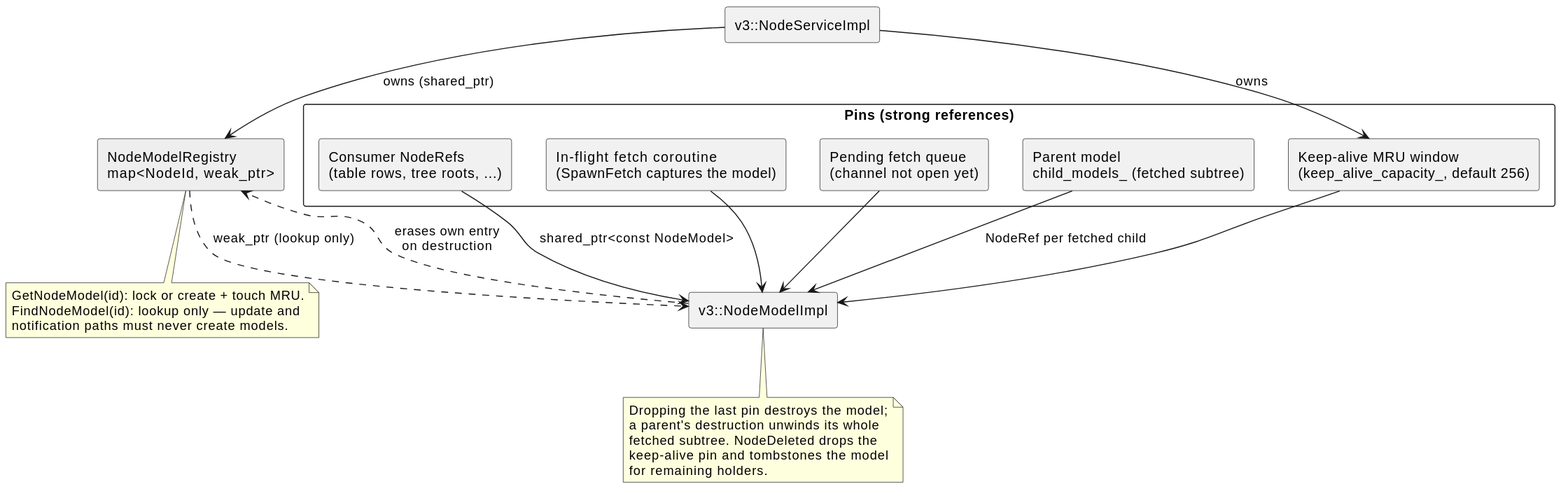
The PlantUML diagram docs/diagrams/node_service_residency.svg in alexsmn/scada-common, before a commit. Source of this version:
```plantuml
@startuml
skinparam backgroundColor #FFFFFF
skinparam shadowing false

rectangle "Pins (strong references)" as pins {
  rectangle "Consumer NodeRefs\n(table rows, tree roots, ...)" as consumers
  rectangle "In-flight fetch coroutine\n(SpawnFetch captures the model)" as fetch
  rectangle "Pending fetch queue\n(channel not open yet)" as pending
  rectangle "Parent model\nchild_models_ (fetched subtree)" as parent
  rectangle "Keep-alive MRU window\n(keep_alive_capacity_, default 256)" as lru
}

rectangle "v3::NodeServiceImpl" as service
rectangle "NodeModelRegistry\nmap<NodeId, weak_ptr>" as registry #EEEEEE
rectangle "v3::NodeModelImpl" as model

consumers --> model : shared_ptr<const NodeModel>
fetch --> model
pending --> model
parent --> model : NodeRef per fetched child
lru --> model
service --> registry : owns (shared_ptr)
service --> lru : owns
model ..> registry : erases own entry\non destruction
registry ..> model : weak_ptr (lookup only)

note bottom of registry
  GetNodeModel(id): lock or create + touch MRU.
  FindNodeModel(id): lookup only — update and
  notification paths must never create models.
end note

note bottom of model
  Dropping the last pin destroys the model;
  a parent's destruction unwinds its whole
  fetched subtree. NodeDeleted drops the
  keep-alive pin and tombstones the model
  for remaining holders.
end note
@enduml
```
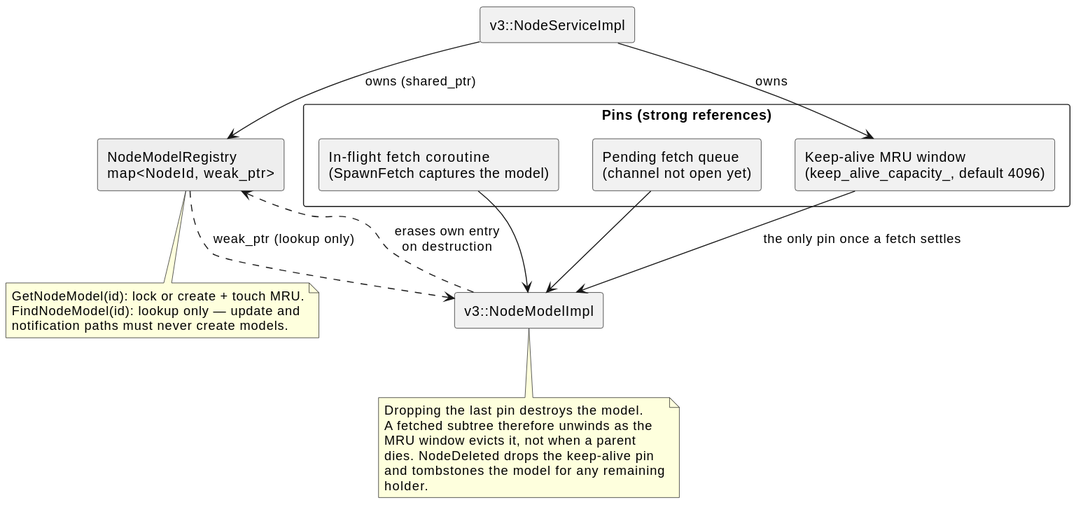
Later version of the same file.

Diff of the diagram source:
```diff
@@ -3,22 +3,18 @@
 skinparam shadowing false
 
 rectangle "Pins (strong references)" as pins {
-  rectangle "Consumer NodeRefs\n(table rows, tree roots, ...)" as consumers
   rectangle "In-flight fetch coroutine\n(SpawnFetch captures the model)" as fetch
   rectangle "Pending fetch queue\n(channel not open yet)" as pending
-  rectangle "Parent model\nchild_models_ (fetched subtree)" as parent
-  rectangle "Keep-alive MRU window\n(keep_alive_capacity_, default 256)" as lru
+  rectangle "Keep-alive MRU window\n(keep_alive_capacity_, default 4096)" as lru
 }
 
 rectangle "v3::NodeServiceImpl" as service
 rectangle "NodeModelRegistry\nmap<NodeId, weak_ptr>" as registry #EEEEEE
 rectangle "v3::NodeModelImpl" as model
 
-consumers --> model : shared_ptr<const NodeModel>
 fetch --> model
 pending --> model
-parent --> model : NodeRef per fetched child
-lru --> model
+lru --> model : the only pin once a fetch settles
 service --> registry : owns (shared_ptr)
 service --> lru : owns
 model ..> registry : erases own entry\non destruction
@@ -31,10 +27,11 @@
 end note
 
 note bottom of model
-  Dropping the last pin destroys the model;
-  a parent's destruction unwinds its whole
-  fetched subtree. NodeDeleted drops the
-  keep-alive pin and tombstones the model
-  for remaining holders.
+  Dropping the last pin destroys the model.
+  A fetched subtree therefore unwinds as the
+  MRU window evicts it, not when a parent
+  dies. NodeDeleted drops the keep-alive pin
+  and tombstones the model for any remaining
+  holder.
 end note
 @enduml
```
